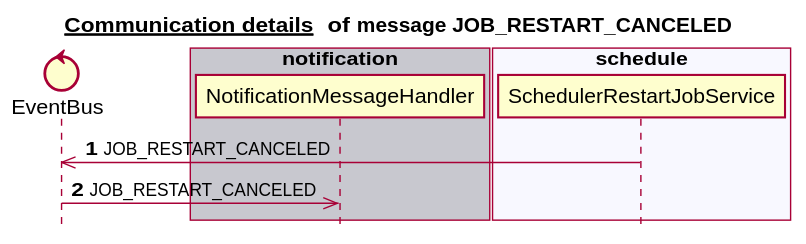
Before: docs/latest/images/gen_domain_messaging_job_restart_canceled.svg, a diagram exported from PlantUML (mercedes-benz/sechub).
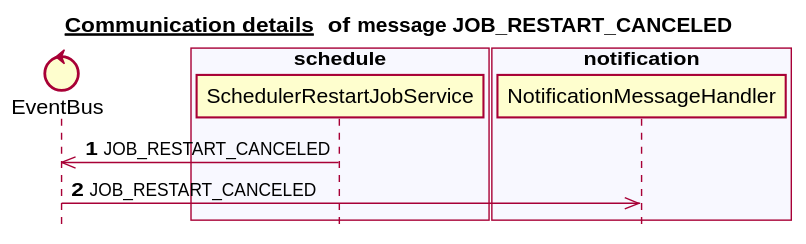
Later version of the same file.

The edit, as a diff of the source:
```diff
@@ -6,17 +6,17 @@
 
 
 control EventBus
-box "notification" #C8C8CF
-   participant NotificationMessageHandler
-end box
-box "authorization" #F8F8FF
-end box
-box "administration" #C8C8CF
+box "scan" #C8C8CF
 end box
 box "schedule" #F8F8FF
    participant SchedulerRestartJobService
 end box
-box "scan" #C8C8CF
+box "authorization" #C8C8CF
+end box
+box "notification" #F8F8FF
+   participant NotificationMessageHandler
+end box
+box "administration" #C8C8CF
 end box
 autonumber 1
 SchedulerRestartJobService ->> EventBus:JOB_RESTART_CANCELED
```
